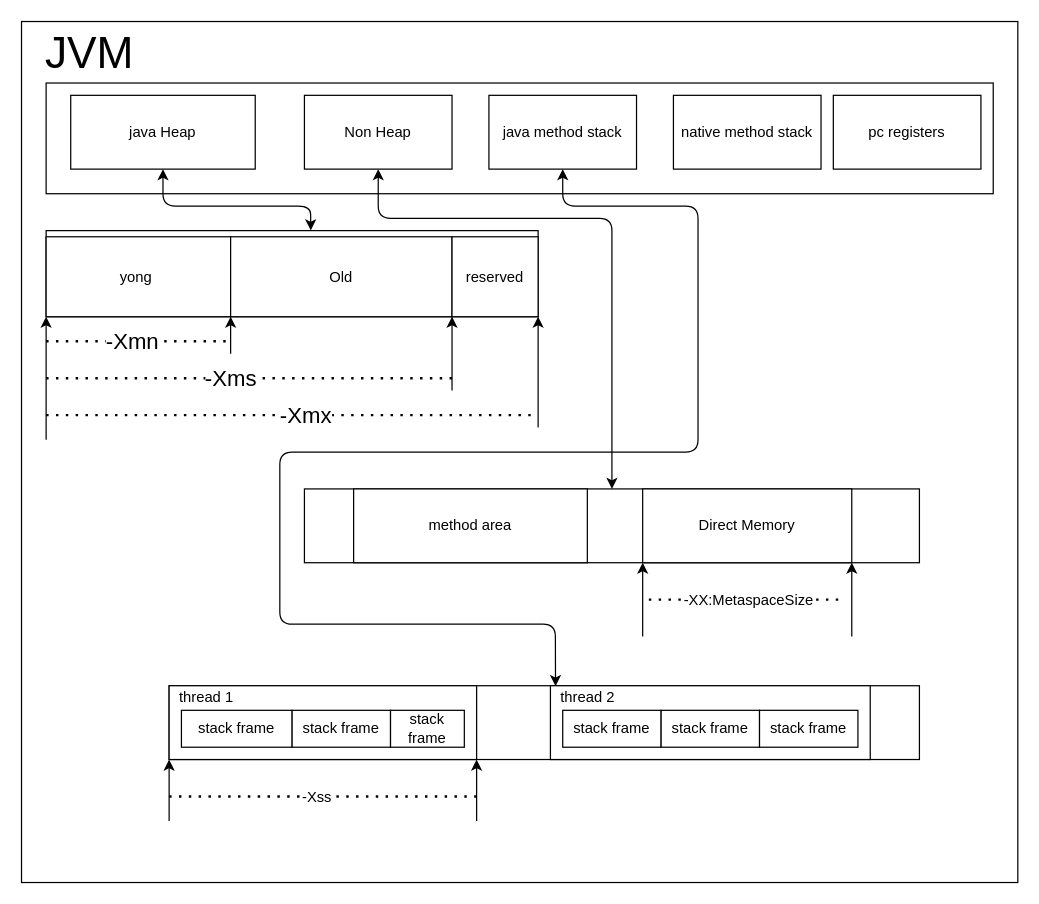
The draw.io diagram Week_01/image/JVM_parameter.drawio in 019caoyu/JAVA-01, before the edit. Source tidied: cells renumbered, new cells numbered last; positions are measured from the earlier drawing's top-left corner, leaving out a move shared by most shapes. Both pictures are drawn from the tidied source at 123%, with x=0, y=0 at pixel (21, 21).
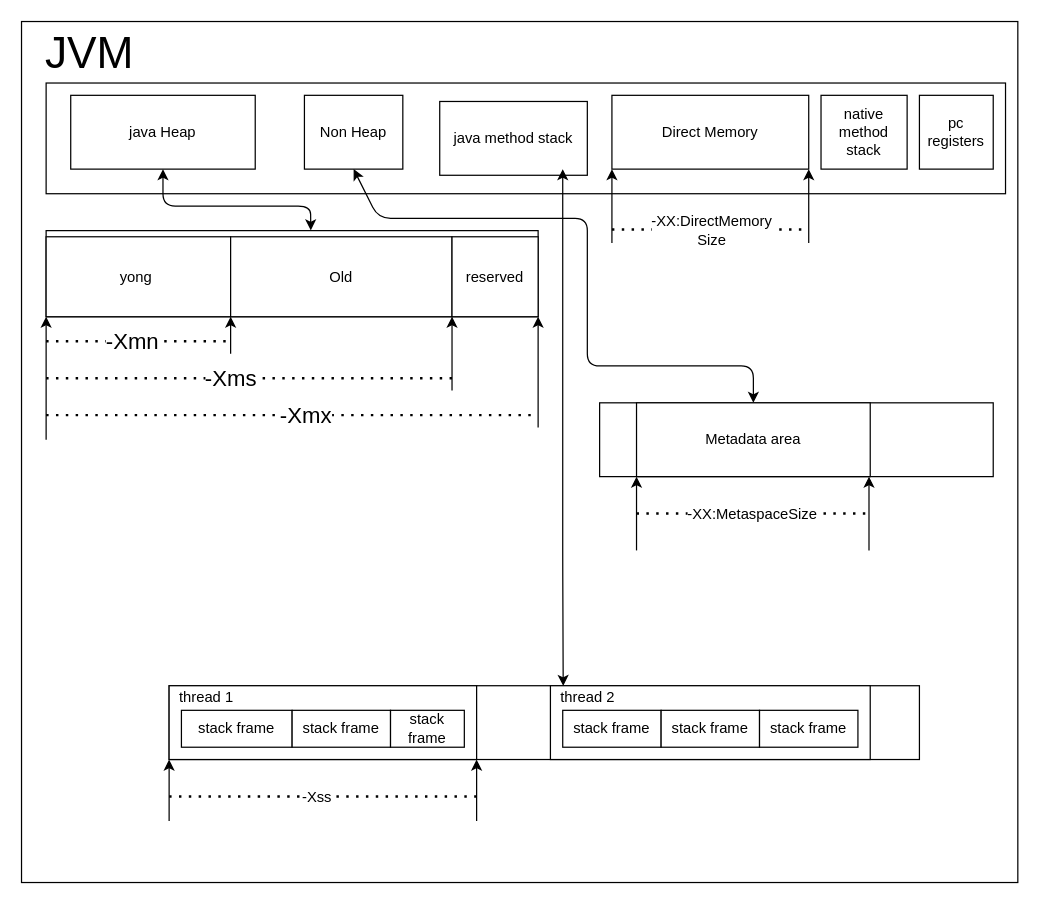
The same diagram, later.

Unchanged cells that the change refers to:
```xml
<mxCell id="34" style="rounded=0;whiteSpace=wrap;html=1;" parent="1" vertex="1">
  <mxGeometry x="120" y="540" width="610" height="60" as="geometry" />
</mxCell>
<mxCell id="40" value="&lt;font style=&quot;font-size: 12px&quot;&gt;thread 2&lt;br&gt;&lt;/font&gt;" style="text;html=1;align=center;verticalAlign=middle;points=[];fillColor=none;strokeColor=none;rounded=0;" parent="1" vertex="1">
  <mxGeometry x="430" y="540" width="60" height="20" as="geometry" />
</mxCell>
```

What changed in the source:
```diff
@@
     <mxCell id="6" style="rounded=0;whiteSpace=wrap;html=1;" parent="1" vertex="1">
-      <mxGeometry x="20" y="50" width="770" height="90" as="geometry" />
+      <mxGeometry x="20" y="50" width="780" height="90" as="geometry" />
     </mxCell>
@@
     <mxCell id="8" value="Non Heap" style="rounded=0;whiteSpace=wrap;html=1;" parent="1" vertex="1">
-      <mxGeometry x="230" y="60" width="120" height="60" as="geometry" />
+      <mxGeometry x="230" y="60" width="80" height="60" as="geometry" />
     </mxCell>
     <mxCell id="9" value="java method stack" style="rounded=0;whiteSpace=wrap;html=1;" parent="1" vertex="1">
-      <mxGeometry x="380" y="60" width="120" height="60" as="geometry" />
+      <mxGeometry x="340" y="65" width="120" height="60" as="geometry" />
     </mxCell>
     <mxCell id="10" value="native method stack" style="rounded=0;whiteSpace=wrap;html=1;" parent="1" vertex="1">
-      <mxGeometry x="530" y="60" width="120" height="60" as="geometry" />
+      <mxGeometry x="650" y="60" width="70" height="60" as="geometry" />
     </mxCell>
     <mxCell id="11" value="pc registers" style="rounded=0;whiteSpace=wrap;html=1;" parent="1" vertex="1">
-      <mxGeometry x="660" y="60" width="120" height="60" as="geometry" />
+      <mxGeometry x="730" y="60" width="60" height="60" as="geometry" />
     </mxCell>
@@
     <mxCell id="25" style="rounded=0;whiteSpace=wrap;html=1;" parent="1" vertex="1">
-      <mxGeometry x="230" y="380" width="500" height="60" as="geometry" />
+      <mxGeometry x="470" y="310" width="320" height="60" as="geometry" />
     </mxCell>
-    <mxCell id="26" style="endArrow=classic;startArrow=classic;html=1;entryX=0.5;entryY=1;entryDx=0;entryDy=0;" parent="1" edge="1" target="8">
+    <mxCell id="26" style="endArrow=classic;startArrow=classic;html=1;entryX=0.5;entryY=1;entryDx=0;entryDy=0;exitX=0.5;exitY=0;exitDx=0;exitDy=0;" parent="1" edge="1" source="28" target="8">
       <mxGeometry relative="1" as="geometry">
-        <mxPoint x="480" y="380" as="sourcePoint" />
         <Array as="points">
-          <mxPoint x="480" y="270" />
-          <mxPoint x="480" y="160" />
+          <mxPoint x="595" y="280" />
+          <mxPoint x="460" y="280" />
+          <mxPoint x="460" y="160" />
           <mxPoint x="390" y="160" />
           <mxPoint x="290" y="160" />
         </Array>
       </mxGeometry>
     </mxCell>
@@
-    <mxCell id="28" value="method area" style="rounded=0;whiteSpace=wrap;html=1;" parent="1" vertex="1">
-      <mxGeometry x="270" y="380" width="190" height="60" as="geometry" />
+    <mxCell id="28" value="Metadata&amp;nbsp;area" style="rounded=0;whiteSpace=wrap;html=1;" parent="1" vertex="1">
+      <mxGeometry x="500" y="310" width="190" height="60" as="geometry" />
     </mxCell>
     <mxCell id="29" value="Direct Memory" style="rounded=0;whiteSpace=wrap;html=1;" parent="1" vertex="1">
-      <mxGeometry x="505" y="380" width="170" height="60" as="geometry" />
+      <mxGeometry x="480" y="60" width="160" height="60" as="geometry" />
     </mxCell>
     <mxCell id="30" style="endArrow=classic;html=1;entryX=0;entryY=1;entryDx=0;entryDy=0;" parent="1" edge="1">
       <mxGeometry relative="1" as="geometry">
-        <mxPoint x="505" y="500" as="sourcePoint" />
-        <mxPoint x="505" y="440" as="targetPoint" />
+        <mxPoint x="500" y="430" as="sourcePoint" />
+        <mxPoint x="500" y="370" as="targetPoint" />
       </mxGeometry>
     </mxCell>
     <mxCell id="31" style="endArrow=classic;html=1;entryX=0;entryY=1;entryDx=0;entryDy=0;" parent="1" edge="1">
       <mxGeometry relative="1" as="geometry">
-        <mxPoint x="675" y="500" as="sourcePoint" />
-        <mxPoint x="675" y="440" as="targetPoint" />
+        <mxPoint x="689" y="430" as="sourcePoint" />
+        <mxPoint x="689" y="370" as="targetPoint" />
       </mxGeometry>
     </mxCell>
     <mxCell id="32" style="endArrow=none;dashed=1;html=1;dashPattern=1 3;strokeWidth=2;" parent="1" edge="1">
       <mxGeometry relative="1" as="geometry">
-        <mxPoint x="510" y="470" as="sourcePoint" />
-        <mxPoint x="670" y="470" as="targetPoint" />
+        <mxPoint x="500" y="400" as="sourcePoint" />
+        <mxPoint x="690" y="400" as="targetPoint" />
       </mxGeometry>
     </mxCell>
@@
-    <mxCell id="35" style="endArrow=classic;startArrow=classic;html=1;exitX=0.515;exitY=0.006;exitDx=0;exitDy=0;exitPerimeter=0;" parent="1" edge="1" source="34">
+    <mxCell id="35" style="endArrow=classic;startArrow=classic;html=1;exitX=0.173;exitY=0.01;exitDx=0;exitDy=0;exitPerimeter=0;" parent="1" edge="1" source="40">
       <mxGeometry relative="1" as="geometry">
         <mxPoint x="440" y="120" as="targetPoint" />
         <Array as="points">
-          <mxPoint x="434" y="490" />
-          <mxPoint x="210" y="490" />
-          <mxPoint x="210" y="350" />
-          <mxPoint x="550" y="350" />
-          <mxPoint x="550" y="150" />
-          <mxPoint x="440" y="150" />
+          <mxPoint x="440" y="440" />
           <mxPoint x="440" y="120" />
         </Array>
       </mxGeometry>
     </mxCell>
@@
+    <mxCell id="51" style="endArrow=none;dashed=1;html=1;dashPattern=1 3;strokeWidth=2;" parent="1" edge="1">
+      <mxGeometry relative="1" as="geometry">
+        <mxPoint x="480" y="169" as="sourcePoint" />
+        <mxPoint x="640" y="169" as="targetPoint" />
+      </mxGeometry>
+    </mxCell>
+    <mxCell id="52" value="&lt;font&gt;&lt;font style=&quot;font-size: 12px&quot;&gt;-&lt;span style=&quot;background-color: rgba(0 , 0 , 0 , 0) ; font-family: &amp;#34;microsoft yahei&amp;#34; , &amp;#34;stxihei&amp;#34; ; text-align: left&quot;&gt;XX:DirectMemory&lt;br&gt;Size&lt;/span&gt;&lt;/font&gt;&lt;br&gt;&lt;/font&gt;" style="edgeLabel;html=1;align=center;verticalAlign=middle;" parent="51" vertex="1">
+      <mxGeometry x="-0.14" y="-1" relative="1" as="geometry">
+        <mxPoint x="11.3" y="-1" as="offset" />
+      </mxGeometry>
+    </mxCell>
+    <mxCell id="53" style="endArrow=classic;html=1;entryX=0;entryY=1;entryDx=0;entryDy=0;" parent="1" edge="1">
+      <mxGeometry relative="1" as="geometry">
+        <mxPoint x="480" y="180" as="sourcePoint" />
+        <mxPoint x="480" y="120" as="targetPoint" />
+      </mxGeometry>
+    </mxCell>
+    <mxCell id="54" style="endArrow=classic;html=1;entryX=0;entryY=1;entryDx=0;entryDy=0;" parent="1" edge="1">
+      <mxGeometry relative="1" as="geometry">
+        <mxPoint x="640" y="180" as="sourcePoint" />
+        <mxPoint x="640" y="120" as="targetPoint" />
+      </mxGeometry>
+    </mxCell>
```
